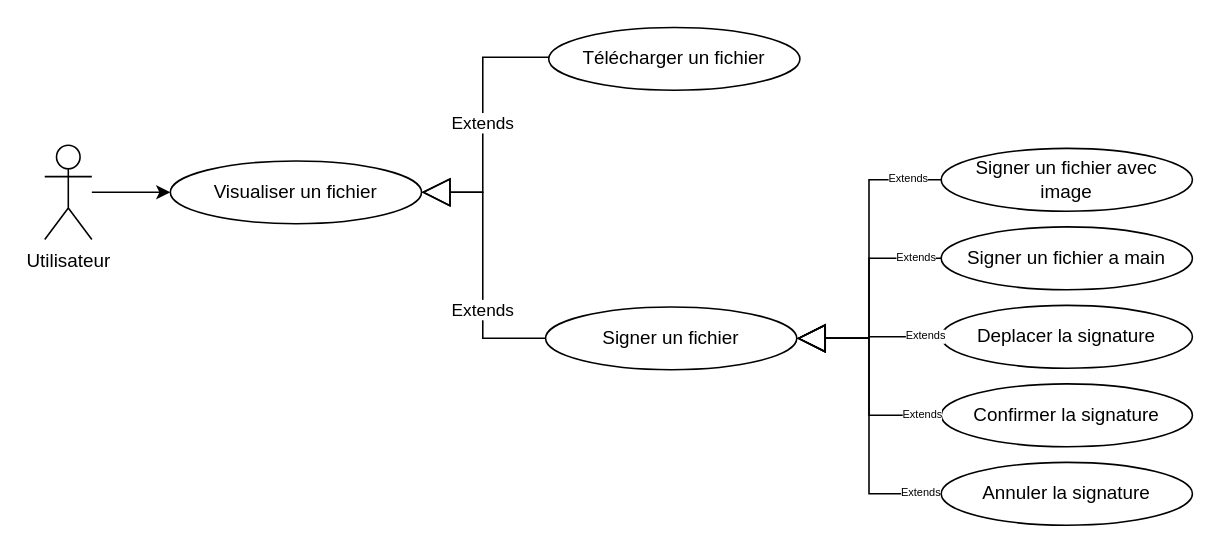
Earlier version of the draw.io diagram useCaseSprint4VisualiserSigner.drawio (PFE-Neoledge-2023/rapport). Source tidied: cells renumbered, new cells numbered last; positions are measured from the earlier drawing's top-left corner, leaving out a move shared by most shapes. Both pictures are drawn from the tidied source at 157%, with x=0, y=0 at pixel (44, 27).
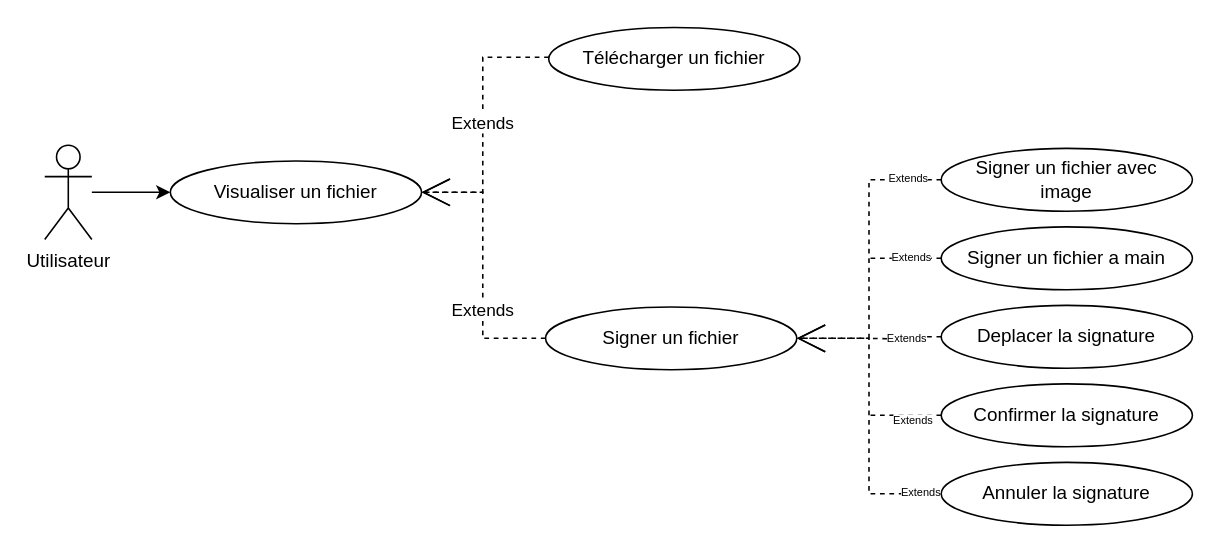
The same diagram, later.

Unchanged cells that the change refers to:
```xml
<mxCell id="4" value="&lt;div&gt;Visualiser un&amp;nbsp;&lt;span style=&quot;background-color: initial;&quot;&gt;fichier&lt;/span&gt;&lt;/div&gt;" style="ellipse;whiteSpace=wrap;html=1;" parent="1" vertex="1">
  <mxGeometry x="80" y="85" width="160" height="40" as="geometry" />
</mxCell>
<mxCell id="5" value="&lt;div&gt;Signer un&amp;nbsp;&lt;span style=&quot;background-color: initial;&quot;&gt;fichier&lt;/span&gt;&lt;/div&gt;" style="ellipse;whiteSpace=wrap;html=1;" parent="1" vertex="1">
  <mxGeometry x="319" y="178" width="160" height="40" as="geometry" />
</mxCell>
<mxCell id="7" value="&lt;div&gt;Signer un&amp;nbsp;&lt;span style=&quot;background-color: initial;&quot;&gt;fichier&amp;nbsp;&lt;/span&gt;avec&lt;/div&gt;&lt;div&gt;image&lt;/div&gt;" style="ellipse;whiteSpace=wrap;html=1;" parent="1" vertex="1">
  <mxGeometry x="571" y="77" width="160" height="40" as="geometry" />
</mxCell>
<mxCell id="8" value="&lt;div&gt;Signer un&amp;nbsp;&lt;span style=&quot;background-color: initial;&quot;&gt;fichier a main&lt;/span&gt;&lt;/div&gt;" style="ellipse;whiteSpace=wrap;html=1;" parent="1" vertex="1">
  <mxGeometry x="571" y="127" width="160" height="40" as="geometry" />
</mxCell>
<mxCell id="11" value="&lt;div&gt;Deplacer la signature&lt;/div&gt;" style="ellipse;whiteSpace=wrap;html=1;" parent="1" vertex="1">
  <mxGeometry x="571" y="177" width="160" height="40" as="geometry" />
</mxCell>
<mxCell id="13" value="&lt;div&gt;Confirmer la signature&lt;/div&gt;" style="ellipse;whiteSpace=wrap;html=1;" parent="1" vertex="1">
  <mxGeometry x="571" y="227" width="160" height="40" as="geometry" />
</mxCell>
<mxCell id="14" value="&lt;div&gt;Annuler la signature&lt;/div&gt;" style="ellipse;whiteSpace=wrap;html=1;" parent="1" vertex="1">
  <mxGeometry x="571" y="277" width="160" height="40" as="geometry" />
</mxCell>
<mxCell id="17" value="&lt;div&gt;Télécharger un fichier&lt;/div&gt;" style="ellipse;whiteSpace=wrap;html=1;" parent="1" vertex="1">
  <mxGeometry x="321" width="160" height="40" as="geometry" />
</mxCell>
```

Change to the diagram source:
```diff
@@
-    <mxCell id="6" value="Extends" style="endArrow=block;endSize=16;endFill=0;html=1;rounded=0;exitX=0;exitY=0.5;exitDx=0;exitDy=0;entryX=1;entryY=0.5;entryDx=0;entryDy=0;edgeStyle=orthogonalEdgeStyle;" parent="1" edge="1" source="5" target="4">
+    <mxCell id="6" value="Extends" style="endArrow=open;endSize=16;endFill=0;html=1;rounded=0;exitX=0;exitY=0.5;exitDx=0;exitDy=0;entryX=1;entryY=0.5;entryDx=0;entryDy=0;edgeStyle=orthogonalEdgeStyle;dashed=1;" parent="1" edge="1" source="5" target="4">
       <mxGeometry x="-0.33" relative="1" as="geometry">
         <Array as="points">
           <mxPoint x="279" y="198" />
           <mxPoint x="279" y="105" />
         </Array>
       </mxGeometry>
     </mxCell>
@@
-    <mxCell id="9" value="Extends" style="endArrow=block;endSize=16;endFill=0;html=1;rounded=0;exitX=0;exitY=0.5;exitDx=0;exitDy=0;entryX=1;entryY=0.5;entryDx=0;entryDy=0;edgeStyle=orthogonalEdgeStyle;fontSize=7;" parent="1" edge="1" source="7" target="5">
+    <mxCell id="9" value="Extends" style="endArrow=open;endSize=16;endFill=0;html=1;rounded=0;exitX=0;exitY=0.5;exitDx=0;exitDy=0;entryX=1;entryY=0.5;entryDx=0;entryDy=0;edgeStyle=orthogonalEdgeStyle;fontSize=7;dashed=1;" parent="1" edge="1" source="7" target="5">
       <mxGeometry x="-0.78" relative="1" as="geometry" />
     </mxCell>
-    <mxCell id="10" value="Extends" style="endArrow=block;endSize=16;endFill=0;html=1;rounded=0;exitX=0;exitY=0.5;exitDx=0;exitDy=0;entryX=1;entryY=0.5;entryDx=0;entryDy=0;edgeStyle=orthogonalEdgeStyle;fontSize=7;" parent="1" edge="1" source="8" target="5">
-      <mxGeometry x="-0.78" relative="1" as="geometry" />
+    <mxCell id="10" value="Extends" style="endArrow=none;endSize=16;endFill=0;html=1;rounded=0;exitX=0;exitY=0.5;exitDx=0;exitDy=0;edgeStyle=orthogonalEdgeStyle;fontSize=7;dashed=1;" parent="1" edge="1" source="8">
+      <mxGeometry x="-0.17" relative="1" as="geometry">
+        <mxPoint x="525" y="147" as="targetPoint" />
+      </mxGeometry>
     </mxCell>
@@
-    <mxCell id="12" value="Extends" style="endArrow=block;endSize=16;endFill=0;html=1;rounded=0;exitX=0;exitY=0.5;exitDx=0;exitDy=0;entryX=1;entryY=0.5;entryDx=0;entryDy=0;edgeStyle=orthogonalEdgeStyle;fontSize=7;" parent="1" edge="1" source="11" target="5">
-      <mxGeometry x="-0.78" relative="1" as="geometry" />
+    <mxCell id="12" value="Extends" style="endArrow=none;endSize=16;endFill=0;html=1;rounded=0;exitX=0;exitY=0.5;exitDx=0;exitDy=0;edgeStyle=orthogonalEdgeStyle;fontSize=7;dashed=1;" parent="1" edge="1" source="11">
+      <mxGeometry x="0.02" y="2" relative="1" as="geometry">
+        <mxPoint x="524" y="198" as="targetPoint" />
+        <mxPoint x="2" y="-1" as="offset" />
+      </mxGeometry>
     </mxCell>
@@
-    <mxCell id="15" value="Extends" style="endArrow=block;endSize=16;endFill=0;html=1;rounded=0;exitX=0;exitY=0.5;exitDx=0;exitDy=0;entryX=1;entryY=0.5;entryDx=0;entryDy=0;edgeStyle=orthogonalEdgeStyle;fontSize=7;" parent="1" edge="1" source="13" target="5">
-      <mxGeometry x="-0.83" relative="1" as="geometry" />
+    <mxCell id="15" value="Extends" style="endArrow=none;endSize=16;endFill=0;html=1;rounded=0;exitX=0;exitY=0.5;exitDx=0;exitDy=0;edgeStyle=orthogonalEdgeStyle;fontSize=7;dashed=1;" parent="1" edge="1" source="13">
+      <mxGeometry x="-0.23" y="4" relative="1" as="geometry">
+        <mxPoint x="524" y="247" as="targetPoint" />
+      </mxGeometry>
     </mxCell>
-    <mxCell id="16" value="Extends" style="endArrow=block;endSize=16;endFill=0;html=1;rounded=0;exitX=0;exitY=0.5;exitDx=0;exitDy=0;edgeStyle=orthogonalEdgeStyle;fontSize=7;entryX=1;entryY=0.5;entryDx=0;entryDy=0;" parent="1" edge="1" source="14" target="5">
+    <mxCell id="16" value="Extends" style="endArrow=open;endSize=16;endFill=0;html=1;rounded=0;exitX=0;exitY=0.5;exitDx=0;exitDy=0;edgeStyle=orthogonalEdgeStyle;fontSize=7;entryX=1;entryY=0.5;entryDx=0;entryDy=0;dashed=1;" parent="1" edge="1" source="14" target="5">
       <mxGeometry x="-0.86" relative="1" as="geometry" />
     </mxCell>
@@
-    <mxCell id="18" value="Extends" style="endArrow=block;endSize=16;endFill=0;html=1;edgeStyle=orthogonalEdgeStyle;entryX=1;entryY=0.5;entryDx=0;entryDy=0;rounded=0;" parent="1" edge="1" source="17" target="4">
+    <mxCell id="18" value="Extends" style="endArrow=open;endSize=16;endFill=0;html=1;edgeStyle=orthogonalEdgeStyle;entryX=1;entryY=0.5;entryDx=0;entryDy=0;rounded=0;dashed=1;" parent="1" edge="1" source="17" target="4">
       <mxGeometry relative="1" as="geometry">
         <Array as="points">
           <mxPoint x="279" y="19" />
           <mxPoint x="279" y="105" />
         </Array>
       </mxGeometry>
     </mxCell>
```
